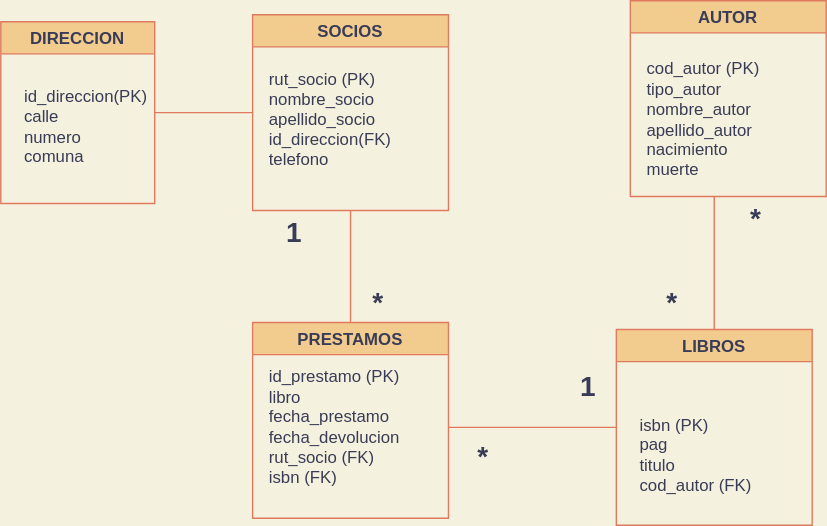
This is Modelo_Logico_02.svg from latiscool/BD_Bilbioteca_LTG, a draw.io export, as it was before one commit. Source tidied: cells renumbered, new cells last; positions are measured from the earlier drawing's top-left corner, leaving out a move shared by most shapes.
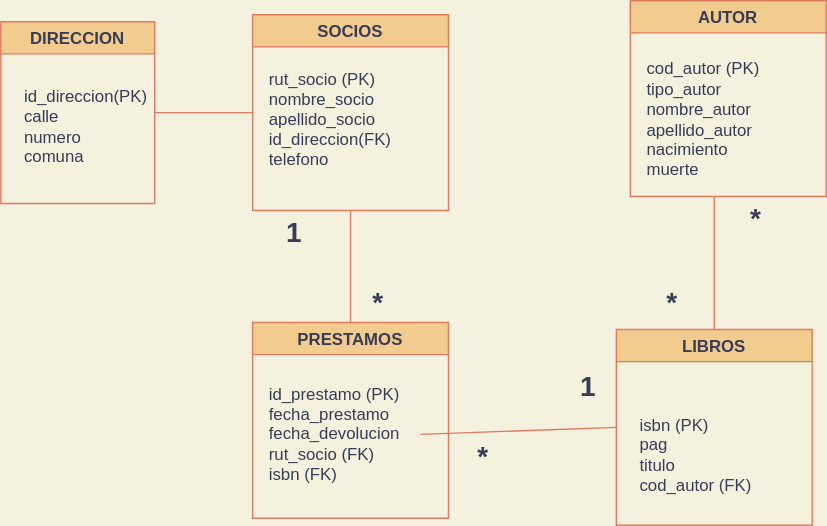
The same diagram one commit later.

The edit, as a diff of the source:
```diff
@@ -11,8 +11,8 @@
     <mxCell id="4" value="PRESTAMOS" style="swimlane;startSize=23;fillColor=#F2CC8F;strokeColor=#E07A5F;fontColor=#393C56;" parent="1" vertex="1">
       <mxGeometry x="180" y="230" width="140" height="140" as="geometry" />
     </mxCell>
-    <mxCell id="5" value="&lt;blockquote style=&quot;margin: 0 0 0 40px ; border: none ; padding: 0px&quot;&gt;&lt;/blockquote&gt;id_prestamo (PK)&lt;br&gt;libro&lt;br&gt;fecha_prestamo&lt;br&gt;fecha_devolucion&lt;br&gt;rut_socio (FK)&lt;br&gt;isbn (FK)" style="text;html=1;strokeColor=none;fillColor=none;align=left;verticalAlign=middle;whiteSpace=wrap;rounded=0;fontColor=#393C56;" parent="4" vertex="1">
-      <mxGeometry x="10" y="20" width="130" height="110" as="geometry" />
+    <mxCell id="5" value="&lt;blockquote style=&quot;margin: 0 0 0 40px ; border: none ; padding: 0px&quot;&gt;&lt;/blockquote&gt;id_prestamo (PK)&lt;br&gt;fecha_prestamo&lt;br&gt;fecha_devolucion&lt;br&gt;rut_socio (FK)&lt;br&gt;isbn (FK)" style="text;html=1;strokeColor=none;fillColor=none;align=left;verticalAlign=middle;whiteSpace=wrap;rounded=0;fontColor=#393C56;" parent="4" vertex="1">
+      <mxGeometry x="10" y="30" width="110" height="100" as="geometry" />
     </mxCell>
     <mxCell id="6" value="LIBROS" style="swimlane;startSize=23;fillColor=#F2CC8F;strokeColor=#E07A5F;fontColor=#393C56;" parent="1" vertex="1">
       <mxGeometry x="440" y="235" width="140" height="140" as="geometry" />
```
